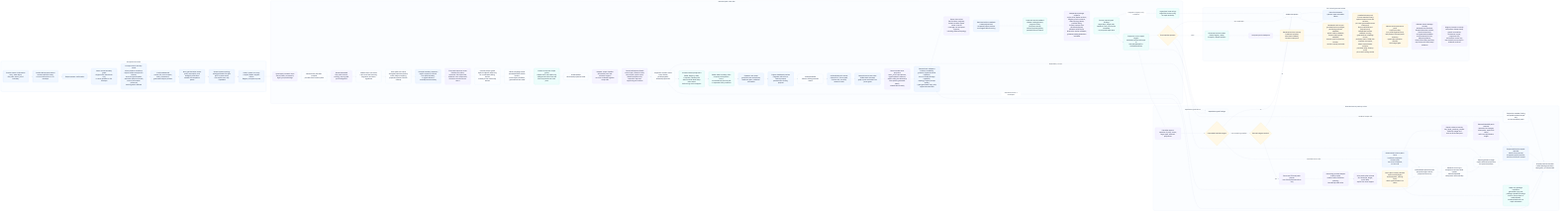
Before: odylith/atlas/source/domain-intelligence-greenfield-governance.png, a diagram exported from Mermaid (odylith/odylith). Its source is kept beside it as odylith/atlas/source/domain-intelligence-greenfield-governance.mmd.
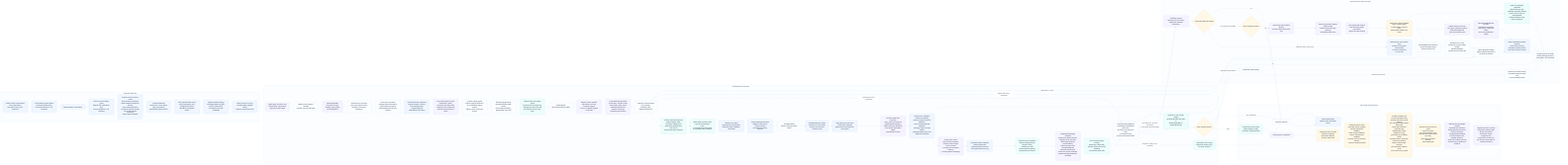
Above is the later version.

Change to the diagram source:
```diff
@@ -41,6 +41,7 @@
       governed_readback["Governed record readback<br/>release catalogs/events,<br/>program waves,<br/>Compass records,<br/>surface payload globals,<br/>persisted source-launch"]
       evidence_readback["Independent package evidence<br/>project brief, Radar sections,<br/>Registry proof contracts,<br/>Atlas topology labels,<br/>prewrite safety,<br/>Project prompts from persisted payload,<br/>declared sentinel plus distinctive-anchor readback,<br/>guidance/catalog Markdown excluded"]
       typed_findings["Source-owned typed findings<br/>target layer, target path,<br/>semantic node, occurrence metadata,<br/>no proposal-repair lane"]
+      source_addresses["ProjectionSourceAddress<br/>executable ArtifactPlanIR facts only:<br/>dict field, row index plus field,<br/>or owned list fact;<br/>preview roots are blockers"]
       projection_targets["Projection-source repair targets<br/>rendered preview leaf maps to<br/>SemanticModelIR or ArtifactPlanIR fact"]
       mermaid_source_units["Mermaid source text units<br/>visible labels checked,<br/>graph syntax excluded from prose gates"]
       legacy_blockers["Legacy/raw issue strings<br/>diagnostic blockers only,<br/>no repair authority"]
@@ -85,17 +86,19 @@
 
     visible_intent --> confirmable_stdout --> confirm --> source_guard --> prompt_recovery --> confirmed_ir --> non_goal_owner --> sparse_systems --> public_system_copy
     public_system_copy --> apply_input --> compiler --> semantic_ir --> actor_role_owner --> actor_path_role --> external_boundary --> sequence_owner --> subject_carry_guard --> result_language --> prose_shape_guard --> artifact_plan --> release_scope --> canonical_facts --> projection_contract --> projections --> state_boundary_titles --> next_steps --> project_dashboard --> draft_set
-    draft_set --> artifact_units --> mermaid_source_units --> visible_actor_projection --> validators --> expert_lenses --> persisted_readback --> governed_readback --> evidence_readback --> typed_findings --> projection_targets --> final_manifest
+    draft_set --> artifact_units --> mermaid_source_units --> visible_actor_projection --> validators --> expert_lenses --> persisted_readback --> governed_readback --> evidence_readback --> typed_findings --> source_addresses --> projection_targets --> final_manifest
     typed_findings -- "untyped or legacy-only evidence" --> legacy_blockers --> rollback
     final_manifest -- "pass" --> writes --> proof_log --> surface_custody --> matrix_scorer --> release_matrix --> natural_rescue_proof --> selected_case_leakage --> registry_forensics_custody
     final_manifest -- "rendered scope drift" --> projection_rerender --> rerender
-    final_manifest -- "repairable typed failure" --> repairable --> projection_targets --> patchset --> executable_target
-    executable_target -- "localized source fact" --> deterministic_source_patch --> plan_apply
+    final_manifest -- "repairable typed failure" --> repairable --> projection_targets --> source_addresses --> patchset --> executable_target
+    executable_target -- "localized exact source fact" --> deterministic_source_patch --> plan_apply
     executable_target -- "host reasoning needed" --> rescue_budget
     rescue_budget -- "yes" --> tribunal_planner --> provider_adapter --> strict_schema --> custody_check --> repair_manifest
     repair_manifest --> semantic_apply
     custody_check --> plan_apply
     custody_check --> package_inspection
+    source_addresses -. "no broad roots, preview summaries,<br/>or substring-derived targets" .-> patchset
+    projection_contract -. "sanctioned roots + envelopes" .-> source_addresses
     projection_contract -. "sanctioned roots + envelopes" .-> plan_apply
     projection_contract -. "dependency scope" .-> scope_ledger
     semantic_apply --> dashboard_rerender
@@ -113,7 +116,7 @@
     classDef rescue fill:#FFF7ED,stroke:#FDBA74,color:#17233A,stroke-width:1.2px;
     classDef write fill:#F0FDF4,stroke:#86EFAC,color:#17233A,stroke-width:1.2px;
     class visible_intent,confirmable_stdout,confirm,source_guard,prompt_recovery,confirmed_ir,non_goal_owner,sparse_systems,public_system_copy intent;
-    class apply_input,compiler,semantic_ir,actor_role_owner,actor_path_role,external_boundary,sequence_owner,subject_carry_guard,result_language,prose_shape_guard,artifact_plan,release_scope,canonical_facts,projection_contract,projections,state_boundary_titles,next_steps,project_dashboard,draft_set,artifact_units,mermaid_source_units,visible_actor_projection,validators,expert_lenses,persisted_readback,governed_readback,evidence_readback,typed_findings,projection_targets,legacy_blockers,final_manifest standard;
+    class apply_input,compiler,semantic_ir,actor_role_owner,actor_path_role,external_boundary,sequence_owner,subject_carry_guard,result_language,prose_shape_guard,artifact_plan,release_scope,canonical_facts,projection_contract,projections,state_boundary_titles,next_steps,project_dashboard,draft_set,artifact_units,mermaid_source_units,visible_actor_projection,validators,expert_lenses,persisted_readback,governed_readback,evidence_readback,typed_findings,source_addresses,projection_targets,legacy_blockers,final_manifest standard;
     class repairable,patchset,executable_target,deterministic_source_patch,rescue_budget,tribunal_planner,provider_adapter,strict_schema,custody_check,repair_manifest,semantic_apply,plan_apply,semantic_mirror_sync,scope_ledger,dashboard_rerender,projection_rerender,package_inspection,rerender rescue;
     class writes,rollback,blockers,proof_log,surface_custody,matrix_scorer,release_matrix,natural_rescue_proof,selected_case_leakage,registry_forensics_custody write;
 
```
